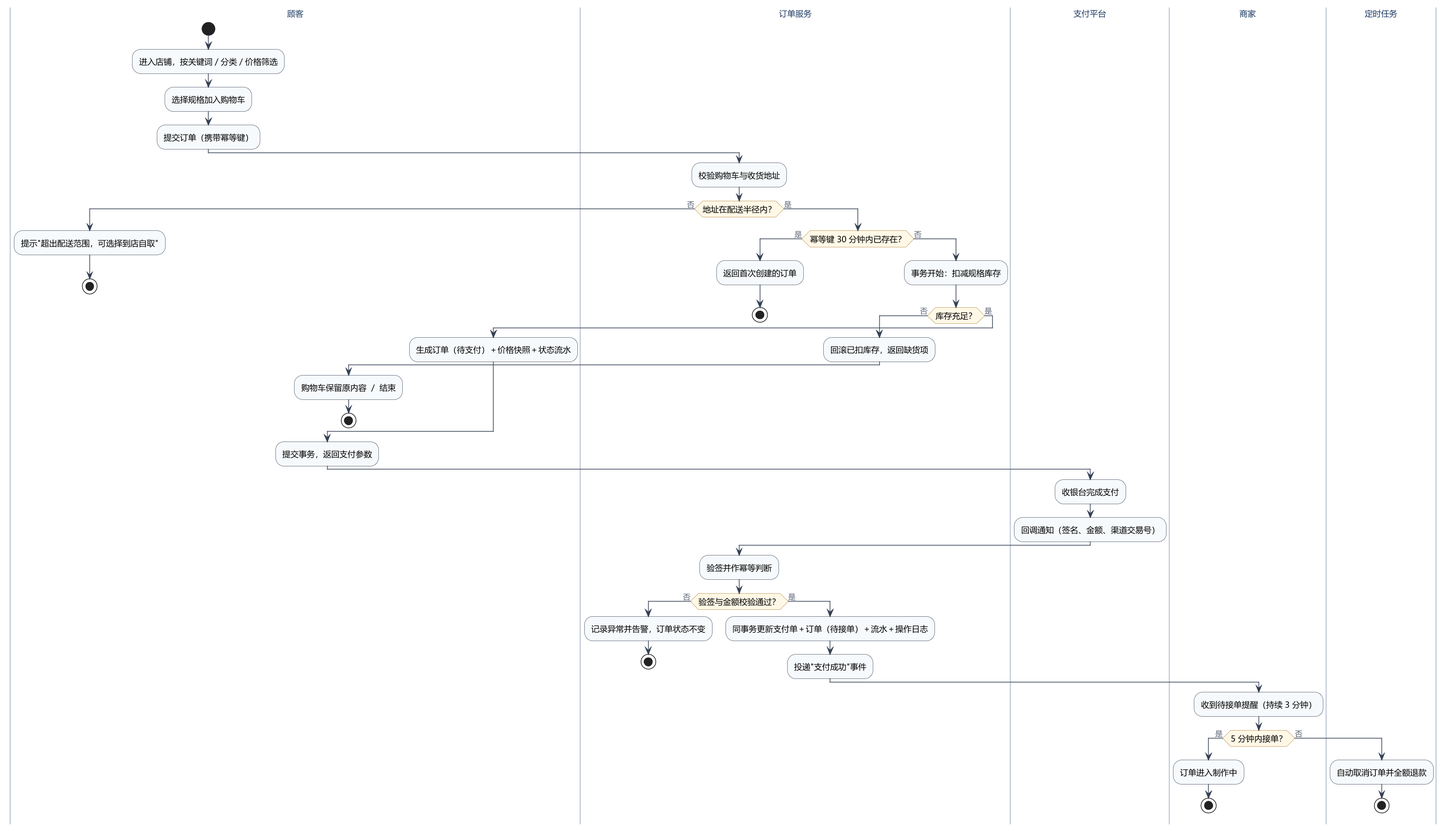
Before: lab2/UML/UML活动图.png, a diagram exported from PlantUML (yui060814zwp-creator/SE-lab). Its diagram source:
```plantuml
@startuml UML活动图
skinparam defaultFontName "Microsoft YaHei"
skinparam shadowing false
skinparam ArrowColor #344054
skinparam ArrowFontColor #5A6272
skinparam dpi 150
skinparam activity {
  BackgroundColor #F7FAFC
  BorderColor #344054
  FontSize 12
  DiamondBackgroundColor #FFF8E6
  DiamondBorderColor #B5813B
}
skinparam swimlane {
  BorderColor #B9C4D4
  TitleFontSize 12
  TitleFontColor #1F3B63
}

|顾客|
start
:进入店铺，按关键词／分类／价格筛选;
:选择规格加入购物车;
:提交订单（携带幂等键）;
|订单服务|
:校验购物车与收货地址;
if (地址在配送半径内？) then (否)
  |顾客|
  :提示"超出配送范围，可选择到店自取";
  stop
else (是)
  |订单服务|
  if (幂等键 30 分钟内已存在？) then (是)
    :返回首次创建的订单;
    stop
  else (否)
    :事务开始：扣减规格库存;
    if (库存充足？) then (否)
      :回滚已扣库存，返回缺货项;
      |顾客|
      :购物车保留原内容 ／ 结束;
      stop
    else (是)
      :生成订单（待支付）＋价格快照＋状态流水;
    endif
  endif
  :提交事务，返回支付参数;
endif
|支付平台|
:收银台完成支付;
:回调通知（签名、金额、渠道交易号）;
|订单服务|
:验签并作幂等判断;
if (验签与金额校验通过？) then (否)
  :记录异常并告警，订单状态不变;
  stop
else (是)
  :同事务更新支付单＋订单（待接单）＋流水＋操作日志;
  :投递"支付成功"事件;
endif
|商家|
:收到待接单提醒（持续 3 分钟）;
if (5 分钟内接单？) then (是)
  :订单进入制作中;
  stop
else (否)
  |定时任务|
  :自动取消订单并全额退款;
  stop
endif
@enduml
```
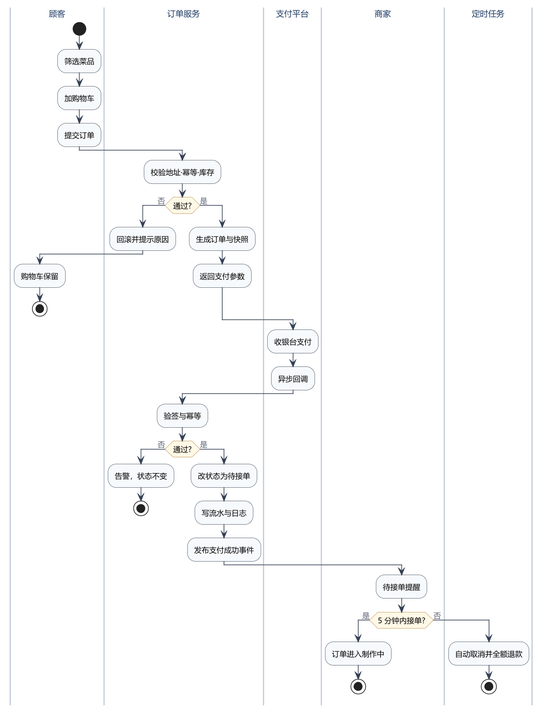
The same file after the commit.

Change to the diagram source:
```diff
@@ -7,7 +7,7 @@
 skinparam activity {
   BackgroundColor #F7FAFC
   BorderColor #344054
-  FontSize 12
+  FontSize 11
   DiamondBackgroundColor #FFF8E6
   DiamondBorderColor #B5813B
 }
@@ -19,53 +19,42 @@
 
 |顾客|
 start
-:进入店铺，按关键词／分类／价格筛选;
-:选择规格加入购物车;
-:提交订单（携带幂等键）;
+:筛选菜品;
+:加购物车;
+:提交订单;
 |订单服务|
-:校验购物车与收货地址;
-if (地址在配送半径内？) then (否)
+:校验地址·幂等·库存;
+if (通过?) then (否)
+  :回滚并提示原因;
   |顾客|
-  :提示"超出配送范围，可选择到店自取";
+  :购物车保留;
   stop
 else (是)
   |订单服务|
-  if (幂等键 30 分钟内已存在？) then (是)
-    :返回首次创建的订单;
-    stop
-  else (否)
-    :事务开始：扣减规格库存;
-    if (库存充足？) then (否)
-      :回滚已扣库存，返回缺货项;
-      |顾客|
-      :购物车保留原内容 ／ 结束;
-      stop
-    else (是)
-      :生成订单（待支付）＋价格快照＋状态流水;
-    endif
-  endif
-  :提交事务，返回支付参数;
+  :生成订单与快照;
+  :返回支付参数;
 endif
 |支付平台|
-:收银台完成支付;
-:回调通知（签名、金额、渠道交易号）;
+:收银台支付;
+:异步回调;
 |订单服务|
-:验签并作幂等判断;
-if (验签与金额校验通过？) then (否)
-  :记录异常并告警，订单状态不变;
+:验签与幂等;
+if (通过?) then (否)
+  :告警，状态不变;
   stop
 else (是)
-  :同事务更新支付单＋订单（待接单）＋流水＋操作日志;
-  :投递"支付成功"事件;
+  :改状态为待接单;
+  :写流水与日志;
+  :发布支付成功事件;
 endif
 |商家|
-:收到待接单提醒（持续 3 分钟）;
-if (5 分钟内接单？) then (是)
+:待接单提醒;
+if (5 分钟内接单?) then (是)
   :订单进入制作中;
   stop
 else (否)
   |定时任务|
-  :自动取消订单并全额退款;
+  :自动取消并全额退款;
   stop
 endif
 @enduml
```
